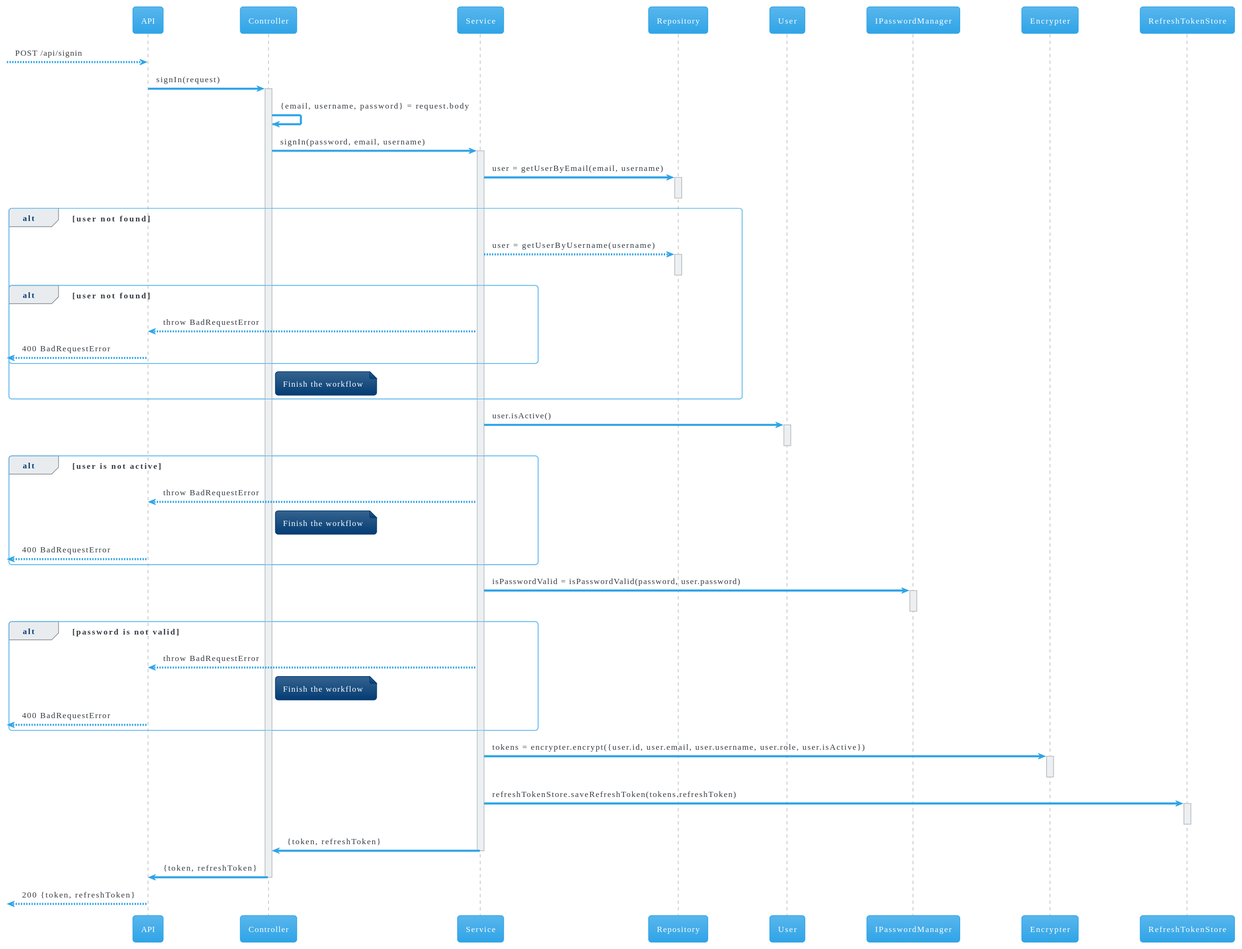
The PlantUML diagram docs/authentication/signin/signin.sd.svg in ArturBrito/auth, before a commit. Its diagram source:
```plantuml
@startuml
!theme cerulean
participant "API" as API
participant "Controller" as Ctrl
participant "Service" as Service
participant "Repository" as Repo
participant "User" as User
participant "IPasswordManager" as PassManager
participant "Encrypter" as Encrypter
participant "RefreshTokenStore" as RefreshTokenStore


--> API: POST /api/signin
API -> Ctrl: signIn(request)
activate Ctrl
Ctrl -> Ctrl: {email, username, password} = request.body
Ctrl -> Service: signIn(password, email, username)
activate Service
Service -> Repo: user = getUserByEmail(email, username)
activate Repo
deactivate Repo
alt user not found
    Service --> Repo: user = getUserByUsername(username)
    activate Repo
    deactivate Repo
    alt user not found
        Service --> API: throw BadRequestError

        <-- API: 400 BadRequestError
    end
    note right of Ctrl
        Finish the workflow
    end note
end

Service -> User: user.isActive()
activate User
deactivate User
alt user is not active
    Service --> API: throw BadRequestError
    note right of Ctrl
        Finish the workflow
    end note
    <-- API: 400 BadRequestError
end

Service -> PassManager: isPasswordValid = isPasswordValid(password, user.password)
activate PassManager
deactivate PassManager
alt password is not valid
    Service --> API: throw BadRequestError
    note right of Ctrl
        Finish the workflow
    end note
    <-- API: 400 BadRequestError
end

Service -> Encrypter: tokens = encrypter.encrypt({user.id, user.email, user.username, user.role, user.isActive})
activate Encrypter
deactivate Encrypter

Service -> RefreshTokenStore: refreshTokenStore.saveRefreshToken(tokens.refreshToken)
activate RefreshTokenStore
deactivate RefreshTokenStore

Service -> Ctrl: {token, refreshToken}
deactivate Service
Ctrl -> API: {token, refreshToken}
deactivate Ctrl
<-- API : 200 {token, refreshToken}
@enduml
```
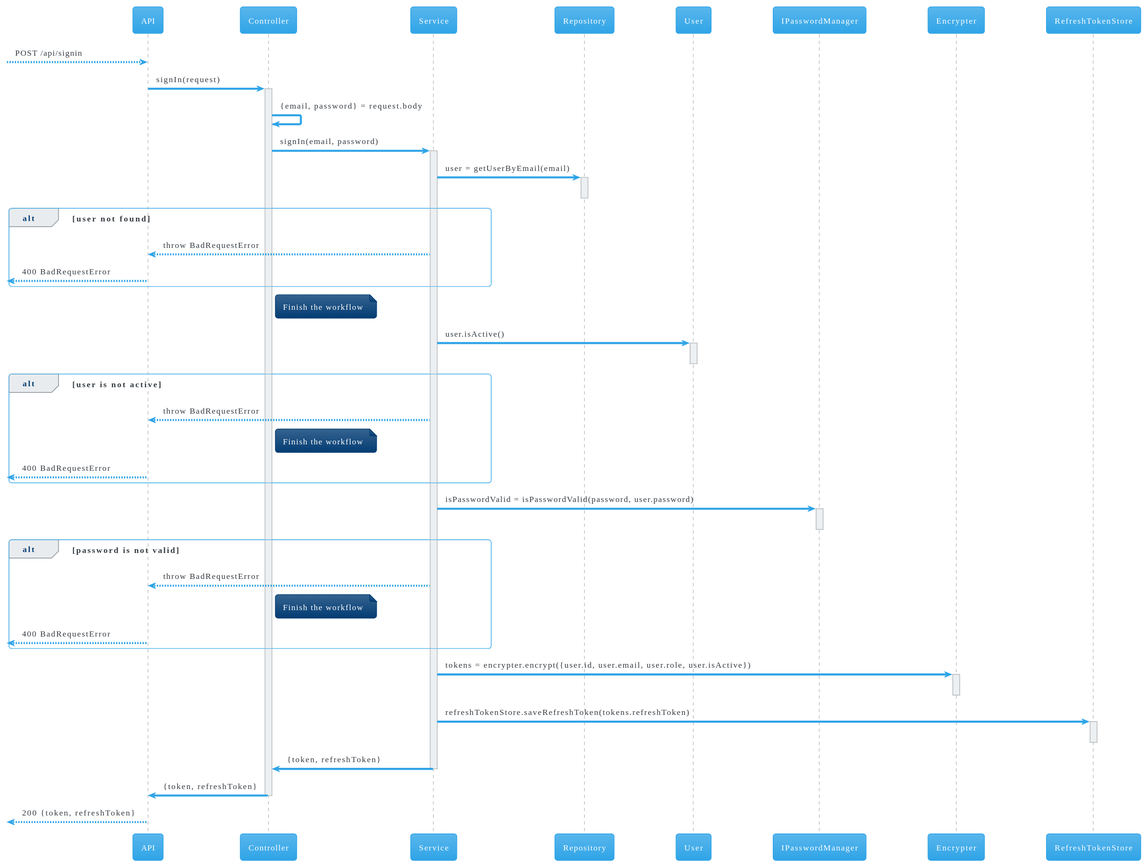
The same file after the commit.

What changed in the source:
```diff
@@ -13,25 +13,20 @@
 --> API: POST /api/signin
 API -> Ctrl: signIn(request)
 activate Ctrl
-Ctrl -> Ctrl: {email, username, password} = request.body
-Ctrl -> Service: signIn(password, email, username)
+Ctrl -> Ctrl: {email, password} = request.body
+Ctrl -> Service: signIn(email, password)
 activate Service
-Service -> Repo: user = getUserByEmail(email, username)
+Service -> Repo: user = getUserByEmail(email)
 activate Repo
 deactivate Repo
 alt user not found
-    Service --> Repo: user = getUserByUsername(username)
-    activate Repo
-    deactivate Repo
-    alt user not found
         Service --> API: throw BadRequestError
 
         <-- API: 400 BadRequestError
     end
     note right of Ctrl
         Finish the workflow
-    end note
-end
+end note
 
 Service -> User: user.isActive()
 activate User
@@ -55,7 +50,7 @@
     <-- API: 400 BadRequestError
 end
 
-Service -> Encrypter: tokens = encrypter.encrypt({user.id, user.email, user.username, user.role, user.isActive})
+Service -> Encrypter: tokens = encrypter.encrypt({user.id, user.email, user.role, user.isActive})
 activate Encrypter
 deactivate Encrypter
 
```
